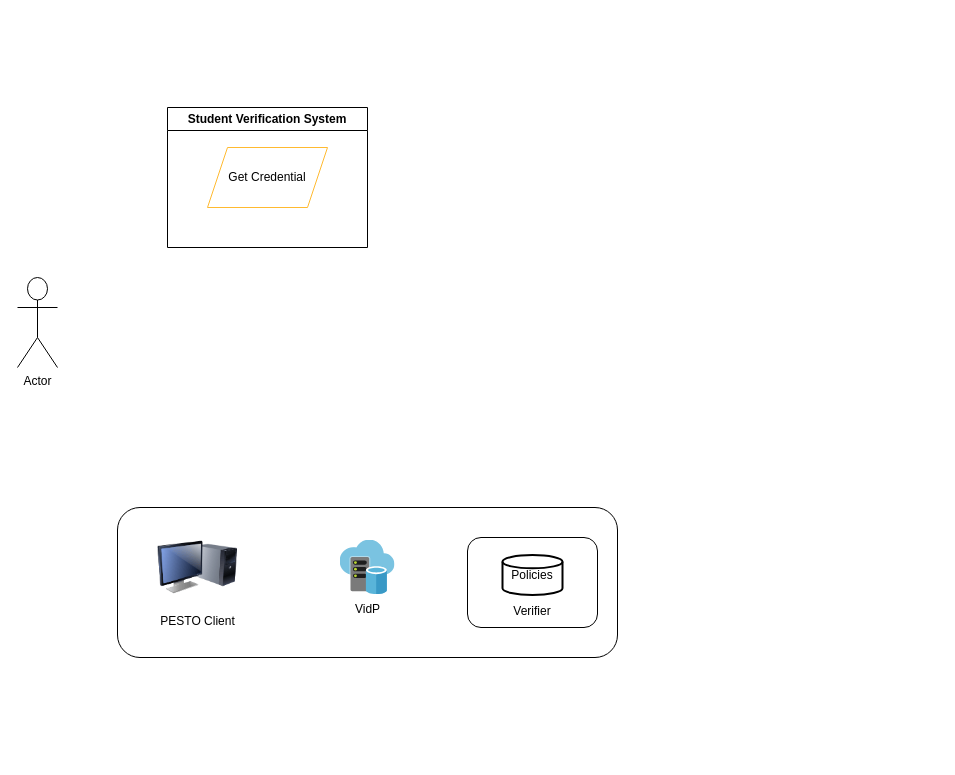
NikosSarrisDev/ESP32_TEMPERATURE_HIMIDITY keeps this draw.io diagram as diagramma.drawio. Above is the earlier version. Source tidied: cells renumbered, new cells numbered last; positions are measured from the earlier drawing's top-left corner, leaving out a move shared by most shapes. Both pictures are drawn from the tidied source at 100%, with x=0, y=0 at pixel (17, 107).
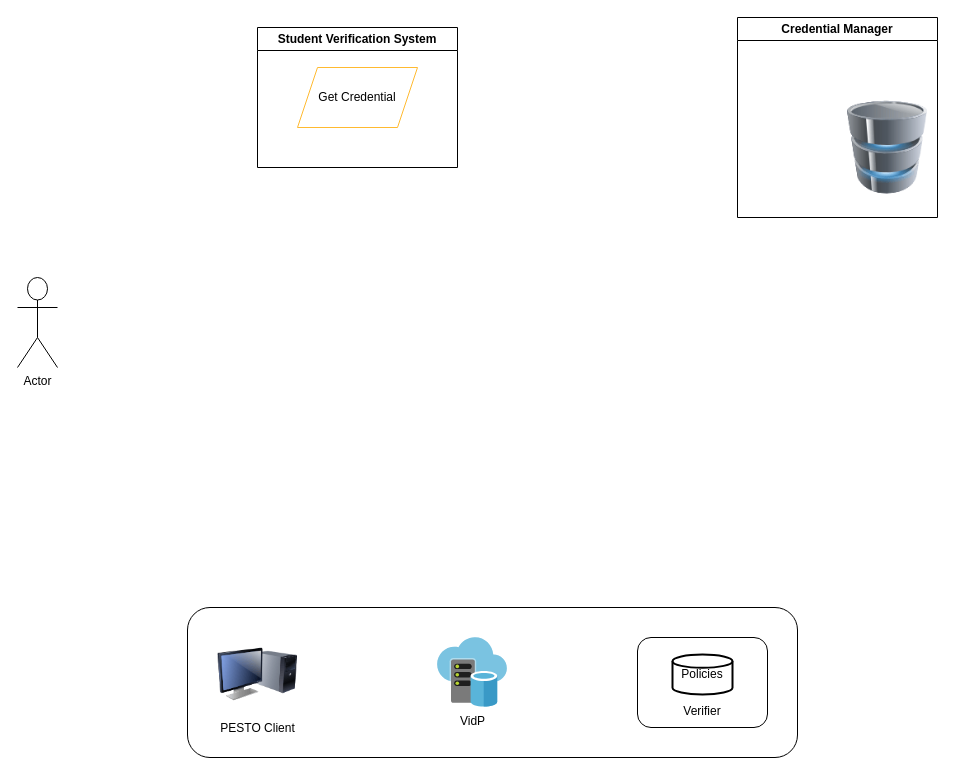
The same diagram, later.

The edit, as a diff of the source:
```diff
@@
 <mxGraphModel>
   <root>
     <mxCell id="0" />
     <mxCell id="1" parent="0" />
     <mxCell id="2" value="Actor" style="shape=umlActor;verticalLabelPosition=bottom;verticalAlign=top;html=1;shadow=0;align=center;" parent="1" vertex="1">
       <mxGeometry y="170" width="40" height="90" as="geometry" />
     </mxCell>
     <mxCell id="3" value="Student Verification System" style="swimlane;whiteSpace=wrap;html=1;" parent="1" vertex="1">
-      <mxGeometry x="150" width="200" height="140" as="geometry" />
+      <mxGeometry x="240" y="-80" width="200" height="140" as="geometry" />
     </mxCell>
     <mxCell id="4" value="Get Credential" style="shape=parallelogram;perimeter=parallelogramPerimeter;whiteSpace=wrap;html=1;fixedSize=1;strokeColor=#FFBA30;" parent="3" vertex="1">
       <mxGeometry x="40" y="40" width="120" height="60" as="geometry" />
     </mxCell>
     <mxCell id="5" style="rounded=1;whiteSpace=wrap;html=1;" parent="1" vertex="1">
-      <mxGeometry x="100" y="400" width="500" height="150" as="geometry" />
+      <mxGeometry x="170" y="500" width="610" height="150" as="geometry" />
     </mxCell>
     <mxCell id="6" value="PESTO Client" style="image;html=1;image=img/lib/clip_art/computers/Monitor_Tower_128x128.png;" parent="1" vertex="1">
-      <mxGeometry x="140" y="420" width="80" height="80" as="geometry" />
+      <mxGeometry x="200" y="527" width="80" height="80" as="geometry" />
     </mxCell>
     <mxCell id="7" value="VidP" style="image;sketch=0;html=1;align=center;fontSize=12;image=img/lib/mscae/Virtual_Datacenter.svg;" parent="1" vertex="1">
-      <mxGeometry x="322.5" y="432.5" width="55" height="55" as="geometry" />
+      <mxGeometry x="420" y="530" width="70" height="70" as="geometry" />
     </mxCell>
     <mxCell id="8" value="&lt;br&gt;&lt;br&gt;&lt;br&gt;&lt;br&gt;Verifier" style="rounded=1;whiteSpace=wrap;html=1;glass=0;shadow=0;" parent="1" vertex="1">
-      <mxGeometry x="450" y="430" width="130" height="90" as="geometry" />
+      <mxGeometry x="620" y="530" width="130" height="90" as="geometry" />
     </mxCell>
     <mxCell id="9" value="Policies" style="strokeWidth=2;html=1;shape=mxgraph.flowchart.database;whiteSpace=wrap;" parent="1" vertex="1">
-      <mxGeometry x="485" y="447.5" width="60" height="40" as="geometry" />
+      <mxGeometry x="655" y="547" width="60" height="40" as="geometry" />
     </mxCell>
+    <mxCell id="10" value="Credential Manager" style="swimlane;whiteSpace=wrap;html=1;" parent="1" vertex="1">
+      <mxGeometry x="720" y="-90" width="200" height="200" as="geometry" />
+    </mxCell>
+    <mxCell id="11" style="image;html=1;image=img/lib/clip_art/computers/Database_128x128.png;" parent="10" vertex="1">
+      <mxGeometry x="110" y="80" width="80" height="100" as="geometry" />
+    </mxCell>
   </root>
 </mxGraphModel>
```
